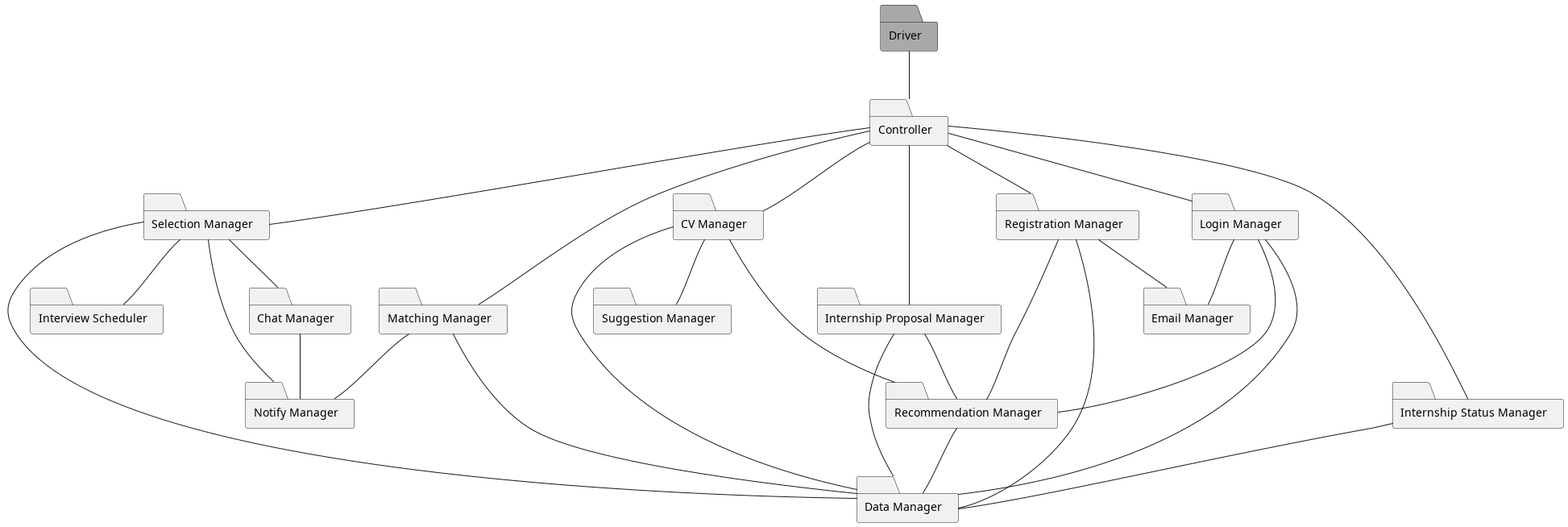
Earlier version of the PlantUML export DD/Implementation_integration_and_test_plan/uml_diagrams/feat8.png (matti8702/R_and_DD_project_SE2).
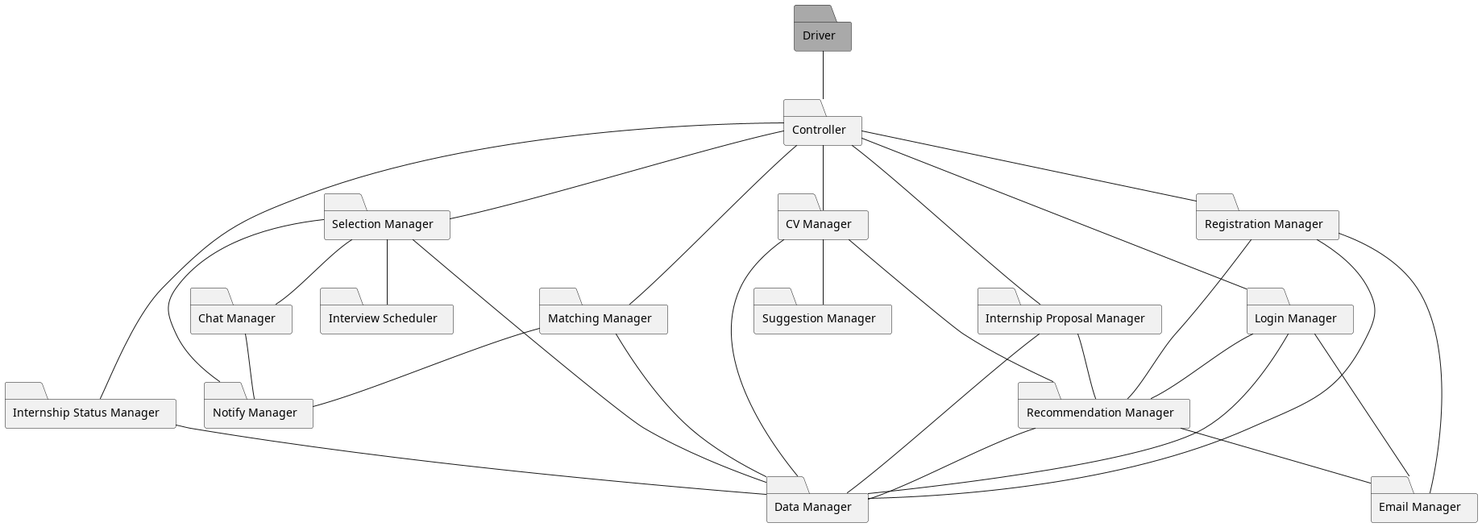
The same diagram one commit later.

What changed in the source:
```diff
@@ -44,5 +44,6 @@
 RS -- DM
 L  -- DM
 RS --- RM
+RM -- EM
 RM -- DM
 @enduml
```
